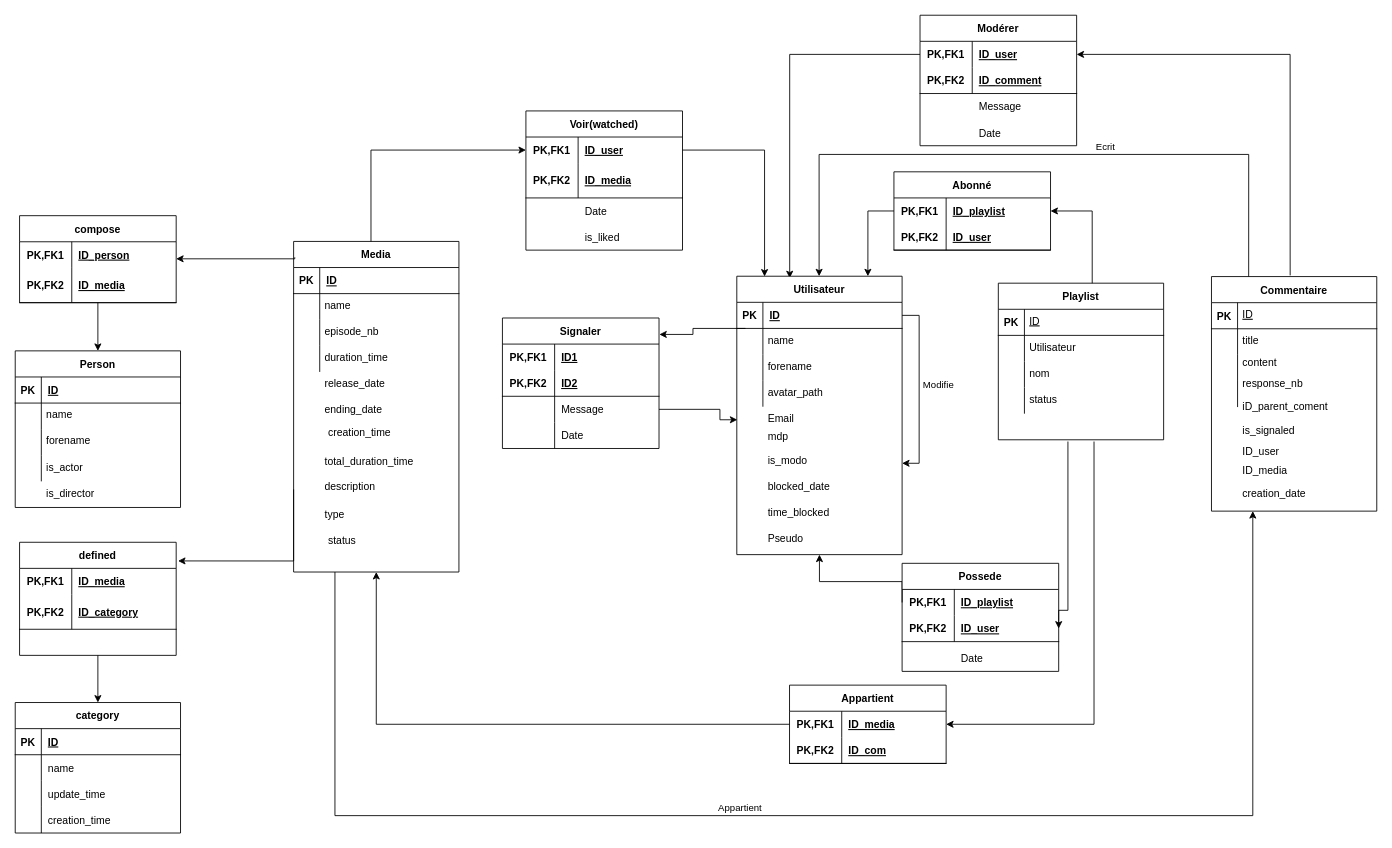
Earlier version of the draw.io diagram page "MCD" (1 of 2) of public/jalon1/analyse/MCD_MLD.drawio (VinLeclercq/CDAW). Source tidied: cells renumbered, new cells numbered last; positions are measured from the earlier drawing's top-left corner, leaving out a move shared by most shapes. Both pictures are drawn from the tidied source at 87%, with x=0, y=0 at pixel (15, 15).
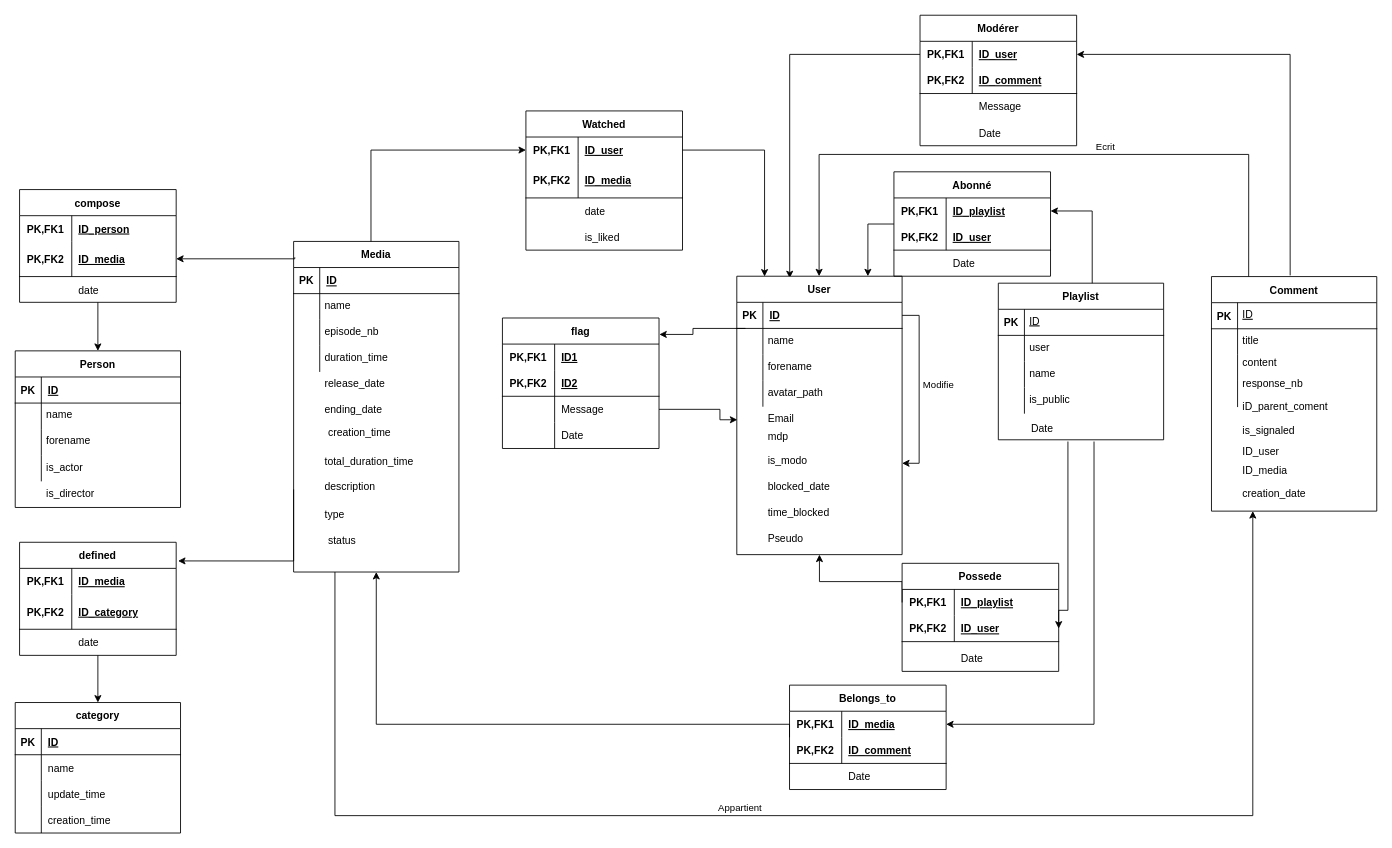
Above is the later version.

Unchanged cells that the change refers to:
```xml
<mxCell id="120" style="shape=partialRectangle;fillColor=none;top=0;left=0;bottom=1;right=0;" parent="116" vertex="1">
  <mxGeometry y="60" width="180" height="30" as="geometry" />
</mxCell>
<mxCell id="152" style="shape=partialRectangle;fillColor=none;top=0;left=0;bottom=0;right=0;" parent="1" vertex="1">
  <mxGeometry x="587" y="210" width="180" height="30" as="geometry" />
</mxCell>
```

What changed in the source:
```diff
@@
-    <mxCell id="41" value="Utilisateur" style="shape=table;startSize=30;childLayout=tableLayout;rowLines=0;fontStyle=1;align=center;" parent="1" vertex="1">
+    <mxCell id="41" value="User" style="shape=table;startSize=30;childLayout=tableLayout;rowLines=0;fontStyle=1;align=center;" parent="1" vertex="1">
       <mxGeometry x="829.4" y="300" width="190" height="320" as="geometry" />
     </mxCell>
@@
-    <mxCell id="74" value="Utilisateur" style="text;strokeColor=none;fillColor=none;spacingLeft=4;spacingRight=4;overflow=hidden;fontSize=12;" parent="1" vertex="1">
+    <mxCell id="74" value="user" style="text;strokeColor=none;fillColor=none;spacingLeft=4;spacingRight=4;overflow=hidden;fontSize=12;" parent="1" vertex="1">
       <mxGeometry x="1160" y="368" width="160" height="30" as="geometry" />
     </mxCell>
-    <mxCell id="75" value="nom" style="text;strokeColor=none;fillColor=none;spacingLeft=4;spacingRight=4;overflow=hidden;fontSize=12;fontStyle=0;" parent="1" vertex="1">
+    <mxCell id="75" value="name" style="text;strokeColor=none;fillColor=none;spacingLeft=4;spacingRight=4;overflow=hidden;fontSize=12;fontStyle=0;" parent="1" vertex="1">
       <mxGeometry x="1160" y="398" width="160" height="30" as="geometry" />
     </mxCell>
-    <mxCell id="76" value="status" style="text;strokeColor=none;fillColor=none;spacingLeft=4;spacingRight=4;overflow=hidden;fontSize=12;" parent="1" vertex="1">
+    <mxCell id="76" value="is_public" style="text;strokeColor=none;fillColor=none;spacingLeft=4;spacingRight=4;overflow=hidden;fontSize=12;" parent="1" vertex="1">
       <mxGeometry x="1160" y="428" width="160" height="30" as="geometry" />
     </mxCell>
-    <mxCell id="77" value="Commentaire" style="shape=table;startSize=30;childLayout=tableLayout;rowLines=0;fontStyle=1;align=center;" parent="1" vertex="1">
+    <mxCell id="77" value="Comment" style="shape=table;startSize=30;childLayout=tableLayout;rowLines=0;fontStyle=1;align=center;" parent="1" vertex="1">
       <mxGeometry x="1375" y="300.4" width="190" height="269.6" as="geometry" />
     </mxCell>
@@
     <mxCell id="102" value="Abonné" style="shape=table;startSize=30;childLayout=tableLayout;rowLines=0;fontStyle=1;align=center;" parent="1" vertex="1">
-      <mxGeometry x="1010" y="180" width="180" height="90" as="geometry" />
+      <mxGeometry x="1010" y="180" width="180" height="120" as="geometry" />
     </mxCell>
@@
-    <mxCell id="109" value="Voir(watched)" style="shape=table;startSize=30;childLayout=tableLayout;rowLines=0;fontStyle=1;align=center;" parent="1" vertex="1">
+    <mxCell id="109" value="Watched" style="shape=table;startSize=30;childLayout=tableLayout;rowLines=0;fontStyle=1;align=center;" parent="1" vertex="1">
       <mxGeometry x="587" y="110" width="180" height="160" as="geometry" />
     </mxCell>
@@
-    <mxCell id="116" value="Appartient" style="shape=table;startSize=30;childLayout=tableLayout;rowLines=0;fontStyle=1;align=center;" parent="1" vertex="1">
-      <mxGeometry x="890" y="770" width="180" height="90" as="geometry" />
+    <mxCell id="116" value="Belongs_to" style="shape=table;startSize=30;childLayout=tableLayout;rowLines=0;fontStyle=1;align=center;" parent="1" vertex="1">
+      <mxGeometry x="890" y="770" width="180" height="120" as="geometry" />
     </mxCell>
@@
-    <mxCell id="122" value="ID_com" style="shape=partialRectangle;fillColor=none;top=0;left=0;bottom=0;right=0;align=left;spacingLeft=6;fontStyle=5;overflow=hidden;" parent="120" vertex="1">
+    <mxCell id="122" value="ID_comment" style="shape=partialRectangle;fillColor=none;top=0;left=0;bottom=0;right=0;align=left;spacingLeft=6;fontStyle=5;overflow=hidden;" parent="120" vertex="1">
       <mxGeometry x="60" width="120" height="30" as="geometry" />
     </mxCell>
@@
-    <mxCell id="130" value="Signaler" style="shape=table;startSize=30;childLayout=tableLayout;rowLines=0;fontStyle=1;align=center;" parent="1" vertex="1">
+    <mxCell id="130" value="flag" style="shape=table;startSize=30;childLayout=tableLayout;rowLines=0;fontStyle=1;align=center;" parent="1" vertex="1">
       <mxGeometry x="560" y="348" width="180" height="150" as="geometry" />
     </mxCell>
@@
-    <mxCell id="154" value="Date" style="shape=partialRectangle;fillColor=none;top=0;left=0;bottom=0;right=0;align=left;spacingLeft=6;overflow=hidden;" parent="152" vertex="1">
+    <mxCell id="154" value="date" style="shape=partialRectangle;fillColor=none;top=0;left=0;bottom=0;right=0;align=left;spacingLeft=6;overflow=hidden;" parent="152" vertex="1">
       <mxGeometry x="60" width="120" height="30" as="geometry" />
     </mxCell>
@@
     <mxCell id="178" value="compose" style="shape=table;startSize=30;childLayout=tableLayout;rowLines=0;fontStyle=1;align=center;" parent="1" vertex="1">
-      <mxGeometry x="5" y="230.4" width="180" height="100" as="geometry" />
+      <mxGeometry x="5" y="200.4" width="180" height="129.6" as="geometry" />
     </mxCell>
@@
+    <mxCell id="215" value="date" style="shape=partialRectangle;fillColor=none;top=0;left=0;bottom=0;right=0;align=left;spacingLeft=6;overflow=hidden;" parent="1" vertex="1">
+      <mxGeometry x="65" y="300.4" width="120" height="30" as="geometry" />
+    </mxCell>
+    <mxCell id="216" value="date" style="shape=partialRectangle;fillColor=none;top=0;left=0;bottom=0;right=0;align=left;spacingLeft=6;overflow=hidden;" parent="1" vertex="1">
+      <mxGeometry x="65" y="705.8" width="120" height="30" as="geometry" />
+    </mxCell>
+    <mxCell id="217" style="shape=partialRectangle;fillColor=none;top=0;left=0;bottom=0;right=0;" parent="1" vertex="1">
+      <mxGeometry x="890" y="860" width="180" height="30" as="geometry" />
+    </mxCell>
+    <mxCell id="218" style="shape=partialRectangle;fillColor=none;top=0;left=0;bottom=0;right=0;overflow=hidden;" parent="217" vertex="1">
+      <mxGeometry width="60" height="30" as="geometry" />
+    </mxCell>
+    <mxCell id="219" value="Date" style="shape=partialRectangle;fillColor=none;top=0;left=0;bottom=0;right=0;align=left;spacingLeft=6;overflow=hidden;" parent="217" vertex="1">
+      <mxGeometry x="60" width="120" height="30" as="geometry" />
+    </mxCell>
+    <mxCell id="220" style="shape=partialRectangle;fillColor=none;top=0;left=0;bottom=0;right=0;" parent="1" vertex="1">
+      <mxGeometry x="1010" y="270" width="180" height="30" as="geometry" />
+    </mxCell>
+    <mxCell id="221" style="shape=partialRectangle;fillColor=none;top=0;left=0;bottom=0;right=0;overflow=hidden;" parent="220" vertex="1">
+      <mxGeometry width="60" height="30" as="geometry" />
+    </mxCell>
+    <mxCell id="222" value="Date" style="shape=partialRectangle;fillColor=none;top=0;left=0;bottom=0;right=0;align=left;spacingLeft=6;overflow=hidden;" parent="220" vertex="1">
+      <mxGeometry x="60" width="120" height="30" as="geometry" />
+    </mxCell>
+    <mxCell id="223" style="shape=partialRectangle;fillColor=none;top=0;left=0;bottom=0;right=0;" parent="1" vertex="1">
+      <mxGeometry x="1100" y="460" width="180" height="30" as="geometry" />
+    </mxCell>
+    <mxCell id="224" style="shape=partialRectangle;fillColor=none;top=0;left=0;bottom=0;right=0;overflow=hidden;" parent="223" vertex="1">
+      <mxGeometry width="60" height="30" as="geometry" />
+    </mxCell>
+    <mxCell id="225" value="Date" style="shape=partialRectangle;fillColor=none;top=0;left=0;bottom=0;right=0;align=left;spacingLeft=6;overflow=hidden;" parent="223" vertex="1">
+      <mxGeometry x="60" width="120" height="30" as="geometry" />
+    </mxCell>
```
